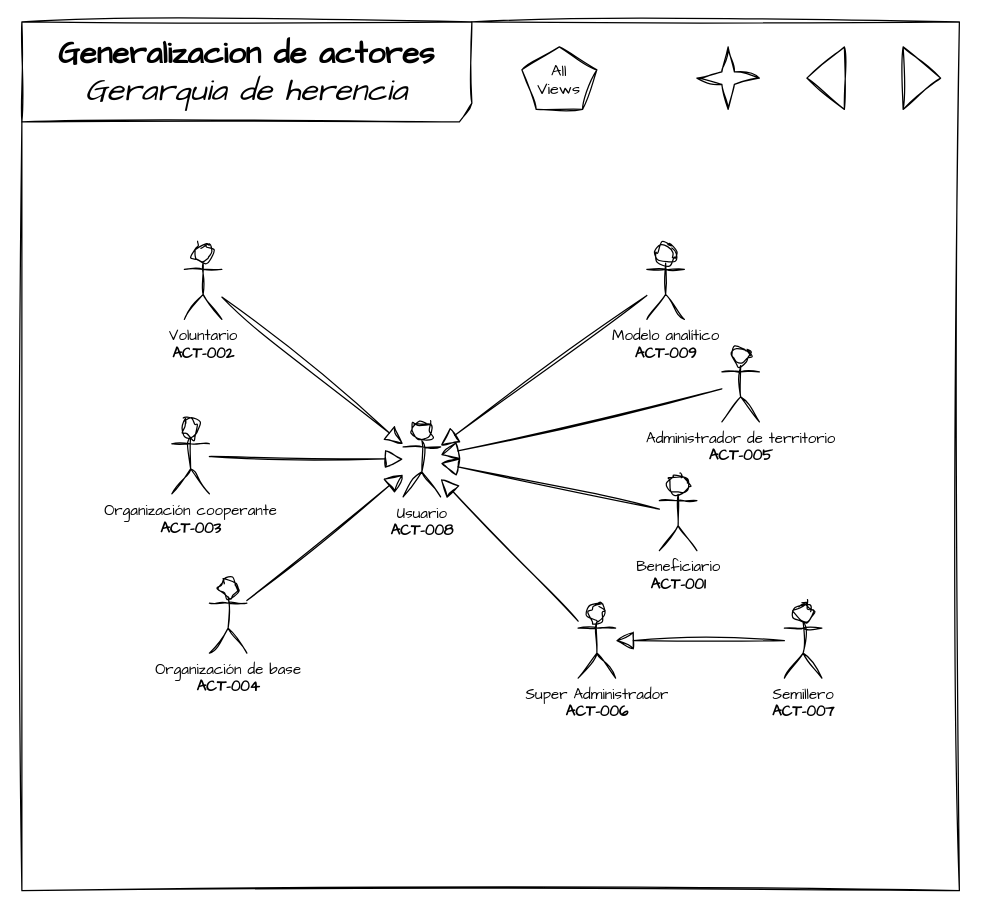
The draw.io diagram page "CU - Generalizaciones" (7 of 11) of Arquitectura de software/Esquemas/Vistas.drawio in yeiferamunozt/ProActHelp, before the edit. Source tidied: cells renumbered, new cells numbered last; positions are measured from the earlier drawing's top-left corner, leaving out a move shared by most shapes. Both pictures are drawn from the tidied source at 125%, with x=0, y=0 at pixel (21, 21).
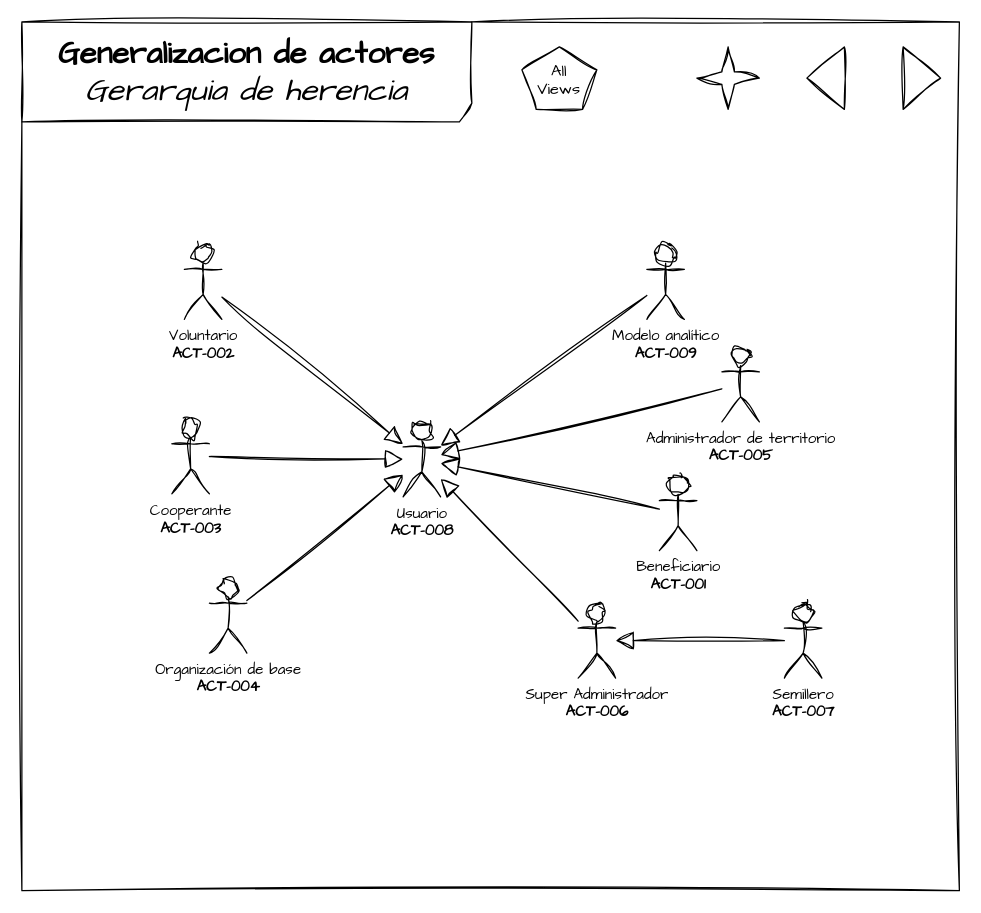
Above is the later version.

What changed in the source:
```diff
@@
-    <mxCell id="5" value="Organización cooperante&lt;br&gt;&lt;b&gt;ACT-003&lt;/b&gt;" style="shape=umlActor;verticalLabelPosition=bottom;verticalAlign=top;html=1;outlineConnect=0;sketch=1;curveFitting=1;jiggle=2;fontFamily=Architects Daughter;" parent="1" vertex="1">
+    <mxCell id="5" value="Cooperante&lt;br&gt;&lt;b&gt;ACT-003&lt;/b&gt;" style="shape=umlActor;verticalLabelPosition=bottom;verticalAlign=top;html=1;outlineConnect=0;sketch=1;curveFitting=1;jiggle=2;fontFamily=Architects Daughter;" parent="1" vertex="1">
       <mxGeometry x="120" y="317.5" width="30" height="60" as="geometry" />
     </mxCell>
```
